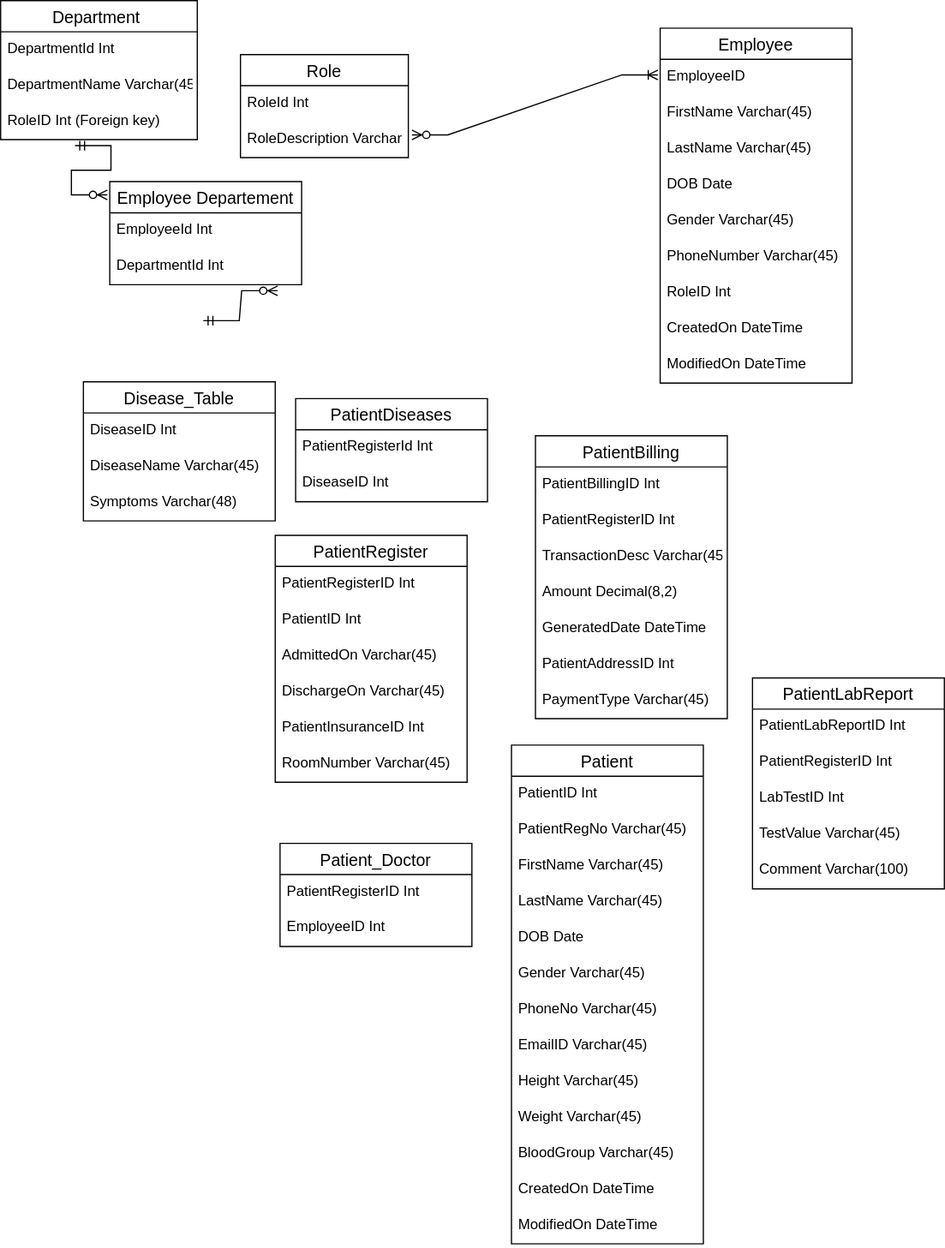
The draw.io diagram Hospital Management System/Hospital Management System.drawio.svg in Mahima-01/Training-Repository, before a commit. Source tidied: cells renumbered, new cells last; positions are measured from the earlier drawing's top-left corner, leaving out a move shared by most shapes.
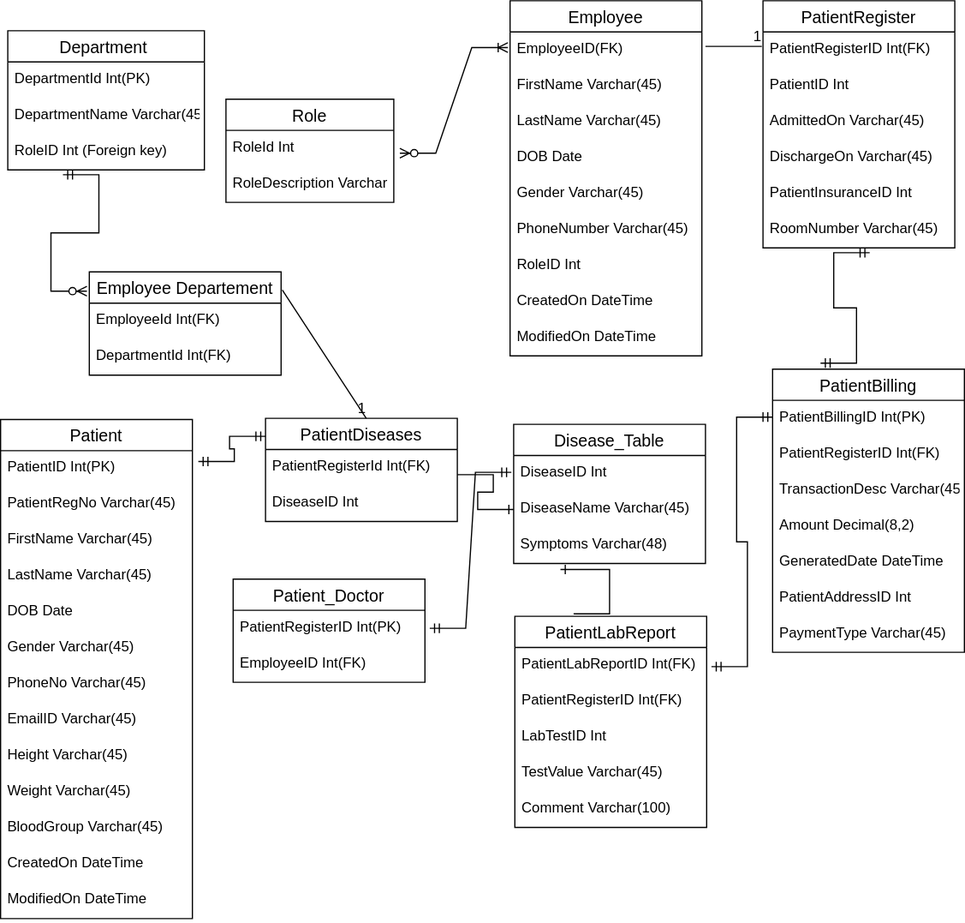
Above is the later version.

Commit message:
Established Relationships Between Tables

What changed in the source:
```diff
@@ -3,9 +3,9 @@
     <mxCell id="0" />
     <mxCell id="1" parent="0" />
     <mxCell id="2" value="Department " style="swimlane;fontStyle=0;horizontal=1;startSize=26;align=center;fontSize=14;" parent="1" vertex="1">
-      <mxGeometry width="164" height="116" as="geometry" />
+      <mxGeometry x="23" y="-50" width="164" height="116" as="geometry" />
     </mxCell>
-    <mxCell id="3" value="DepartmentId Int" style="text;strokeColor=none;fillColor=none;spacingLeft=4;spacingRight=4;overflow=hidden;fontSize=12;" parent="2" vertex="1">
+    <mxCell id="3" value="DepartmentId Int(PK)" style="text;strokeColor=none;fillColor=none;spacingLeft=4;spacingRight=4;overflow=hidden;fontSize=12;" parent="2" vertex="1">
       <mxGeometry y="26" width="164" height="30" as="geometry" />
     </mxCell>
     <mxCell id="4" value="DepartmentName Varchar(45)" style="text;strokeColor=none;fillColor=none;spacingLeft=4;spacingRight=4;overflow=hidden;fontSize=12;" parent="2" vertex="1">
@@ -16,27 +16,21 @@
     </mxCell>
     <mxCell id="6" style="edgeStyle=entityRelationEdgeStyle;fontSize=12;html=1;endArrow=ERzeroToMany;startArrow=ERmandOne;rounded=0;" parent="1" edge="1">
       <mxGeometry relative="1" as="geometry">
-        <mxPoint x="62" y="121" as="sourcePoint" />
-        <mxPoint x="89" y="162" as="targetPoint" />
+        <mxPoint x="69" y="70" as="sourcePoint" />
+        <mxPoint x="89" y="167" as="targetPoint" />
       </mxGeometry>
     </mxCell>
     <mxCell id="7" value="Employee Departement" style="swimlane;fontStyle=0;horizontal=1;startSize=26;align=center;fontSize=14;" parent="1" vertex="1">
       <mxGeometry x="91" y="151" width="160" height="86" as="geometry" />
     </mxCell>
-    <mxCell id="8" value="EmployeeId Int" style="text;strokeColor=none;fillColor=none;spacingLeft=4;spacingRight=4;overflow=hidden;fontSize=12;" parent="7" vertex="1">
+    <mxCell id="8" value="EmployeeId Int(FK)" style="text;strokeColor=none;fillColor=none;spacingLeft=4;spacingRight=4;overflow=hidden;fontSize=12;" parent="7" vertex="1">
       <mxGeometry y="26" width="160" height="30" as="geometry" />
     </mxCell>
-    <mxCell id="9" value="DepartmentId Int" style="text;strokeColor=none;fillColor=none;spacingLeft=4;spacingRight=4;overflow=hidden;fontSize=12;" parent="7" vertex="1">
+    <mxCell id="9" value="DepartmentId Int(FK)" style="text;strokeColor=none;fillColor=none;spacingLeft=4;spacingRight=4;overflow=hidden;fontSize=12;" parent="7" vertex="1">
       <mxGeometry y="56" width="160" height="30" as="geometry" />
     </mxCell>
-    <mxCell id="10" style="edgeStyle=entityRelationEdgeStyle;fontSize=12;html=1;endArrow=ERzeroToMany;startArrow=ERmandOne;rounded=0;" parent="1" edge="1">
-      <mxGeometry relative="1" as="geometry">
-        <mxPoint x="169" y="267" as="sourcePoint" />
-        <mxPoint x="231" y="242" as="targetPoint" />
-      </mxGeometry>
-    </mxCell>
     <mxCell id="11" value="Role" style="swimlane;fontStyle=0;horizontal=1;startSize=26;align=center;fontSize=14;" parent="1" vertex="1">
-      <mxGeometry x="200" y="45" width="140" height="86" as="geometry" />
+      <mxGeometry x="205" y="7" width="140" height="86" as="geometry" />
     </mxCell>
     <mxCell id="12" value="RoleId Int" style="text;strokeColor=none;fillColor=none;spacingLeft=4;spacingRight=4;overflow=hidden;points=[[0,0.5],[1,0.5]];portConstraint=eastwest;fontSize=12;" parent="11" vertex="1">
       <mxGeometry y="26" width="140" height="30" as="geometry" />
@@ -45,11 +39,20 @@
       <mxGeometry y="56" width="140" height="30" as="geometry" />
     </mxCell>
     <mxCell id="14" value="Employee" style="swimlane;fontStyle=0;horizontal=1;startSize=26;align=center;fontSize=14;" parent="1" vertex="1">
-      <mxGeometry x="550" y="23" width="160" height="296" as="geometry" />
+      <mxGeometry x="442" y="-75" width="160" height="296" as="geometry" />
     </mxCell>
-    <mxCell id="15" value="EmployeeID" style="text;strokeColor=none;fillColor=none;spacingLeft=4;spacingRight=4;overflow=hidden;points=[[0,0.5],[1,0.5]];portConstraint=eastwest;fontSize=12;" parent="14" vertex="1">
+    <mxCell id="15" value="EmployeeID(FK)" style="text;strokeColor=none;fillColor=none;spacingLeft=4;spacingRight=4;overflow=hidden;points=[[0,0.5],[1,0.5]];portConstraint=eastwest;fontSize=12;" parent="14" vertex="1">
       <mxGeometry y="26" width="160" height="30" as="geometry" />
     </mxCell>
+    <mxCell id="70" style="endArrow=none;html=1;rounded=0;" parent="14" edge="1">
+      <mxGeometry relative="1" as="geometry">
+        <mxPoint x="163" y="38" as="sourcePoint" />
+        <mxPoint x="210" y="38" as="targetPoint" />
+      </mxGeometry>
+    </mxCell>
+    <mxCell id="71" value="1" style="html=1;align=right;verticalAlign=bottom;" parent="70" vertex="1">
+      <mxGeometry x="1" relative="1" as="geometry" />
+    </mxCell>
     <mxCell id="16" value="FirstName Varchar(45)" style="text;strokeColor=none;fillColor=none;spacingLeft=4;spacingRight=4;overflow=hidden;fontSize=12;" parent="14" vertex="1">
       <mxGeometry y="56" width="160" height="30" as="geometry" />
     </mxCell>
@@ -75,21 +78,21 @@
       <mxGeometry y="266" width="160" height="30" as="geometry" />
     </mxCell>
     <mxCell id="24" value="PatientDiseases" style="swimlane;fontStyle=0;horizontal=1;startSize=26;align=center;fontSize=14;" parent="1" vertex="1">
-      <mxGeometry x="246" y="332" width="160" height="86" as="geometry" />
+      <mxGeometry x="238" y="273" width="160" height="86" as="geometry" />
     </mxCell>
-    <mxCell id="25" value="PatientRegisterId Int" style="text;strokeColor=none;fillColor=none;spacingLeft=4;spacingRight=4;overflow=hidden;points=[[0,0.5],[1,0.5]];portConstraint=eastwest;fontSize=12;" parent="24" vertex="1">
+    <mxCell id="25" value="PatientRegisterId Int(FK)" style="text;strokeColor=none;fillColor=none;spacingLeft=4;spacingRight=4;overflow=hidden;points=[[0,0.5],[1,0.5]];portConstraint=eastwest;fontSize=12;" parent="24" vertex="1">
       <mxGeometry y="26" width="160" height="30" as="geometry" />
     </mxCell>
     <mxCell id="26" value="DiseaseID Int" style="text;strokeColor=none;fillColor=none;spacingLeft=4;spacingRight=4;overflow=hidden;fontSize=12;" parent="24" vertex="1">
       <mxGeometry y="56" width="160" height="30" as="geometry" />
     </mxCell>
     <mxCell id="27" value="PatientBilling" style="swimlane;fontStyle=0;horizontal=1;startSize=26;align=center;fontSize=14;" parent="1" vertex="1">
-      <mxGeometry x="446" y="363" width="160" height="236" as="geometry" />
+      <mxGeometry x="661" y="232" width="160" height="236" as="geometry" />
     </mxCell>
-    <mxCell id="28" value="PatientBillingID Int" style="text;strokeColor=none;fillColor=none;spacingLeft=4;spacingRight=4;overflow=hidden;points=[[0,0.5],[1,0.5]];portConstraint=eastwest;fontSize=12;" parent="27" vertex="1">
+    <mxCell id="28" value="PatientBillingID Int(PK)" style="text;strokeColor=none;fillColor=none;spacingLeft=4;spacingRight=4;overflow=hidden;points=[[0,0.5],[1,0.5]];portConstraint=eastwest;fontSize=12;" parent="27" vertex="1">
       <mxGeometry y="26" width="160" height="30" as="geometry" />
     </mxCell>
-    <mxCell id="29" value="PatientRegisterID Int" style="text;strokeColor=none;fillColor=none;spacingLeft=4;spacingRight=4;overflow=hidden;fontSize=12;" parent="27" vertex="1">
+    <mxCell id="29" value="PatientRegisterID Int(FK)" style="text;strokeColor=none;fillColor=none;spacingLeft=4;spacingRight=4;overflow=hidden;fontSize=12;" parent="27" vertex="1">
       <mxGeometry y="56" width="160" height="30" as="geometry" />
     </mxCell>
     <mxCell id="30" value="TransactionDesc Varchar(45)" style="text;strokeColor=none;fillColor=none;spacingLeft=4;spacingRight=4;overflow=hidden;fontSize=12;" parent="27" vertex="1">
@@ -108,9 +111,9 @@
       <mxGeometry y="206" width="160" height="30" as="geometry" />
     </mxCell>
     <mxCell id="35" value="PatientRegister" style="swimlane;fontStyle=0;horizontal=1;startSize=26;align=center;fontSize=14;" parent="1" vertex="1">
-      <mxGeometry x="229" y="446" width="160" height="206" as="geometry" />
+      <mxGeometry x="653" y="-75" width="160" height="206" as="geometry" />
     </mxCell>
-    <mxCell id="36" value="PatientRegisterID Int" style="text;strokeColor=none;fillColor=none;spacingLeft=4;spacingRight=4;overflow=hidden;fontSize=12;" parent="35" vertex="1">
+    <mxCell id="36" value="PatientRegisterID Int(FK)" style="text;strokeColor=none;fillColor=none;spacingLeft=4;spacingRight=4;overflow=hidden;fontSize=12;" parent="35" vertex="1">
       <mxGeometry y="26" width="160" height="30" as="geometry" />
     </mxCell>
     <mxCell id="37" value="PatientID Int" style="text;strokeColor=none;fillColor=none;spacingLeft=4;spacingRight=4;overflow=hidden;fontSize=12;" parent="35" vertex="1">
@@ -129,12 +132,12 @@
       <mxGeometry y="176" width="160" height="30" as="geometry" />
     </mxCell>
     <mxCell id="42" value="PatientLabReport" style="swimlane;fontStyle=0;horizontal=1;startSize=26;align=center;fontSize=14;" parent="1" vertex="1">
-      <mxGeometry x="627" y="565" width="160" height="176" as="geometry" />
+      <mxGeometry x="446" y="438" width="160" height="176" as="geometry" />
     </mxCell>
-    <mxCell id="43" value="PatientLabReportID Int" style="text;strokeColor=none;fillColor=none;spacingLeft=4;spacingRight=4;overflow=hidden;points=[[0,0.5],[1,0.5]];portConstraint=eastwest;fontSize=12;" parent="42" vertex="1">
+    <mxCell id="43" value="PatientLabReportID Int(FK)" style="text;strokeColor=none;fillColor=none;spacingLeft=4;spacingRight=4;overflow=hidden;points=[[0,0.5],[1,0.5]];portConstraint=eastwest;fontSize=12;" parent="42" vertex="1">
       <mxGeometry y="26" width="160" height="30" as="geometry" />
     </mxCell>
-    <mxCell id="44" value="PatientRegisterID Int" style="text;strokeColor=none;fillColor=none;spacingLeft=4;spacingRight=4;overflow=hidden;fontSize=12;" parent="42" vertex="1">
+    <mxCell id="44" value="PatientRegisterID Int(FK)" style="text;strokeColor=none;fillColor=none;spacingLeft=4;spacingRight=4;overflow=hidden;fontSize=12;" parent="42" vertex="1">
       <mxGeometry y="56" width="160" height="30" as="geometry" />
     </mxCell>
     <mxCell id="45" value="LabTestID Int" style="text;strokeColor=none;fillColor=none;spacingLeft=4;spacingRight=4;overflow=hidden;fontSize=12;" parent="42" vertex="1">
@@ -147,9 +150,9 @@
       <mxGeometry y="146" width="160" height="30" as="geometry" />
     </mxCell>
     <mxCell id="48" value="Patient" style="swimlane;fontStyle=0;horizontal=1;startSize=26;align=center;fontSize=14;" parent="1" vertex="1">
-      <mxGeometry x="426" y="621" width="160" height="416" as="geometry" />
+      <mxGeometry x="17" y="274" width="160" height="416" as="geometry" />
     </mxCell>
-    <mxCell id="49" value="PatientID Int" style="text;strokeColor=none;fillColor=none;spacingLeft=4;spacingRight=4;overflow=hidden;points=[[0,0.5],[1,0.5]];portConstraint=eastwest;fontSize=12;" parent="48" vertex="1">
+    <mxCell id="49" value="PatientID Int(PK)" style="text;strokeColor=none;fillColor=none;spacingLeft=4;spacingRight=4;overflow=hidden;points=[[0,0.5],[1,0.5]];portConstraint=eastwest;fontSize=12;" parent="48" vertex="1">
       <mxGeometry y="26" width="160" height="30" as="geometry" />
     </mxCell>
     <mxCell id="50" value="PatientRegNo Varchar(45)" style="text;strokeColor=none;fillColor=none;spacingLeft=4;spacingRight=4;overflow=hidden;fontSize=12;" parent="48" vertex="1">
@@ -189,16 +192,16 @@
       <mxGeometry y="386" width="160" height="30" as="geometry" />
     </mxCell>
     <mxCell id="62" value="Patient_Doctor" style="swimlane;fontStyle=0;horizontal=1;startSize=26;align=center;fontSize=14;" parent="1" vertex="1">
-      <mxGeometry x="233" y="703" width="160" height="86" as="geometry" />
+      <mxGeometry x="211" y="407" width="160" height="86" as="geometry" />
     </mxCell>
-    <mxCell id="63" value="PatientRegisterID Int" style="text;strokeColor=none;fillColor=none;spacingLeft=4;spacingRight=4;overflow=hidden;fontSize=12;" parent="62" vertex="1">
+    <mxCell id="63" value="PatientRegisterID Int(PK)" style="text;strokeColor=none;fillColor=none;spacingLeft=4;spacingRight=4;overflow=hidden;fontSize=12;" parent="62" vertex="1">
       <mxGeometry y="26" width="160" height="30" as="geometry" />
     </mxCell>
-    <mxCell id="64" value="EmployeeID Int" style="text;strokeColor=none;fillColor=none;spacingLeft=4;spacingRight=4;overflow=hidden;fontSize=12;" parent="62" vertex="1">
+    <mxCell id="64" value="EmployeeID Int(FK)" style="text;strokeColor=none;fillColor=none;spacingLeft=4;spacingRight=4;overflow=hidden;fontSize=12;" parent="62" vertex="1">
       <mxGeometry y="56" width="160" height="30" as="geometry" />
     </mxCell>
     <mxCell id="65" value="Disease_Table" style="swimlane;fontStyle=0;horizontal=1;startSize=26;align=center;fontSize=14;" parent="1" vertex="1">
-      <mxGeometry x="69" y="318" width="160" height="116" as="geometry" />
+      <mxGeometry x="445" y="278" width="160" height="116" as="geometry" />
     </mxCell>
     <mxCell id="66" value="DiseaseID Int" style="text;strokeColor=none;fillColor=none;spacingLeft=4;spacingRight=4;overflow=hidden;points=[[0,0.5],[1,0.5]];portConstraint=eastwest;fontSize=12;" parent="65" vertex="1">
       <mxGeometry y="26" width="160" height="30" as="geometry" />
@@ -209,10 +212,43 @@
     <mxCell id="68" value="Symptoms Varchar(48)" style="text;strokeColor=none;fillColor=none;spacingLeft=4;spacingRight=4;overflow=hidden;points=[[0,0.5],[1,0.5]];portConstraint=eastwest;fontSize=12;" parent="65" vertex="1">
       <mxGeometry y="86" width="160" height="30" as="geometry" />
     </mxCell>
-    <mxCell id="69" style="edgeStyle=entityRelationEdgeStyle;fontSize=12;html=1;endArrow=ERoneToMany;startArrow=ERzeroToMany;rounded=0;entryX=-0.012;entryY=0.433;entryDx=0;entryDy=0;entryPerimeter=0;" parent="1" edge="1" target="15">
-      <mxGeometry relative="1" as="geometry">
-        <mxPoint x="343" y="112" as="sourcePoint" />
-      </mxGeometry>
+    <mxCell id="69" style="edgeStyle=entityRelationEdgeStyle;fontSize=12;html=1;endArrow=ERoneToMany;startArrow=ERzeroToMany;rounded=0;entryX=-0.012;entryY=0.433;entryDx=0;entryDy=0;entryPerimeter=0;exitX=1.036;exitY=0.633;exitDx=0;exitDy=0;exitPerimeter=0;" parent="1" edge="1" source="12" target="15">
+      <mxGeometry relative="1" as="geometry" />
     </mxCell>
+    <mxCell id="72" style="edgeStyle=entityRelationEdgeStyle;fontSize=12;html=1;endArrow=ERmandOne;startArrow=ERmandOne;rounded=0;exitX=1.031;exitY=0.3;exitDx=0;exitDy=0;exitPerimeter=0;" parent="1" edge="1" source="49">
+      <mxGeometry relative="1" as="geometry">
+        <mxPoint x="238" y="288" as="targetPoint" />
+      </mxGeometry>
+    </mxCell>
+    <mxCell id="73" style="edgeStyle=entityRelationEdgeStyle;fontSize=12;html=1;endArrow=ERmandOne;startArrow=ERmandOne;rounded=0;entryX=-0.012;entryY=0.467;entryDx=0;entryDy=0;entryPerimeter=0;" parent="1" edge="1" target="66">
+      <mxGeometry relative="1" as="geometry">
+        <mxPoint x="375" y="448" as="sourcePoint" />
+      </mxGeometry>
+    </mxCell>
+    <mxCell id="74" style="edgeStyle=entityRelationEdgeStyle;fontSize=12;html=1;endArrow=ERone;endFill=1;rounded=0;exitX=1;exitY=0.7;exitDx=0;exitDy=0;exitPerimeter=0;" parent="1" edge="1" source="25" target="67">
+      <mxGeometry relative="1" as="geometry" />
+    </mxCell>
+    <mxCell id="75" style="edgeStyle=entityRelationEdgeStyle;fontSize=12;html=1;endArrow=ERone;endFill=1;rounded=0;entryX=0.244;entryY=1.167;entryDx=0;entryDy=0;entryPerimeter=0;" parent="1" edge="1" target="68">
+      <mxGeometry relative="1" as="geometry">
+        <mxPoint x="495" y="436" as="sourcePoint" />
+      </mxGeometry>
+    </mxCell>
+    <mxCell id="76" style="edgeStyle=entityRelationEdgeStyle;fontSize=12;html=1;endArrow=ERmandOne;startArrow=ERmandOne;rounded=0;" parent="1" edge="1">
+      <mxGeometry relative="1" as="geometry">
+        <mxPoint x="701" y="227" as="sourcePoint" />
+        <mxPoint x="742" y="135" as="targetPoint" />
+      </mxGeometry>
+    </mxCell>
+    <mxCell id="77" style="edgeStyle=entityRelationEdgeStyle;fontSize=12;html=1;endArrow=ERmandOne;startArrow=ERmandOne;rounded=0;exitX=1.025;exitY=0.533;exitDx=0;exitDy=0;exitPerimeter=0;entryX=0;entryY=0.467;entryDx=0;entryDy=0;entryPerimeter=0;" parent="1" edge="1" source="43" target="28">
+      <mxGeometry relative="1" as="geometry" />
+    </mxCell>
+    <mxCell id="78" style="endArrow=none;html=1;rounded=0;entryX=0.525;entryY=0;entryDx=0;entryDy=0;entryPerimeter=0;" parent="1" edge="1" target="24">
+      <mxGeometry relative="1" as="geometry">
+        <mxPoint x="252" y="166" as="sourcePoint" />
+      </mxGeometry>
+    </mxCell>
+    <mxCell id="79" value="1" style="html=1;align=right;verticalAlign=bottom;" parent="78" vertex="1">
+      <mxGeometry x="1" relative="1" as="geometry" />
+    </mxCell>
   </root>
 </mxGraphModel>
```
